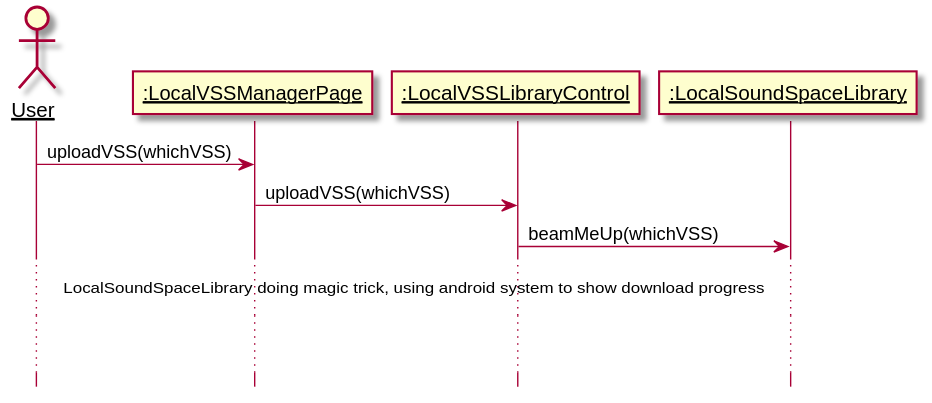
Above: 设计/Diagrams/UploadVSS.svg in kpp19920121/doc (PlantUML), before the change. Its diagram source:
```plantuml
@startuml Diagrams/UploadVSS
hide footbox
skinparam sequenceParticipant underline

actor User as user
participant ":LocalVSSManagerPage" as page
participant ":LocalVSSLibraryControl" as control
participant ":LocalSoundSpaceLibrary" as library

user -> page: uploadVSS(whichVSS)
page -> control: uploadVSS(whichVSS)
control -> library: beamMeUp(whichVSS)
...LocalSoundSpaceLibrary doing magic trick, using android system to show download progress...
...There are no other ways to show that a local sound space is finished uploading other than android system notices...
@enduml
```
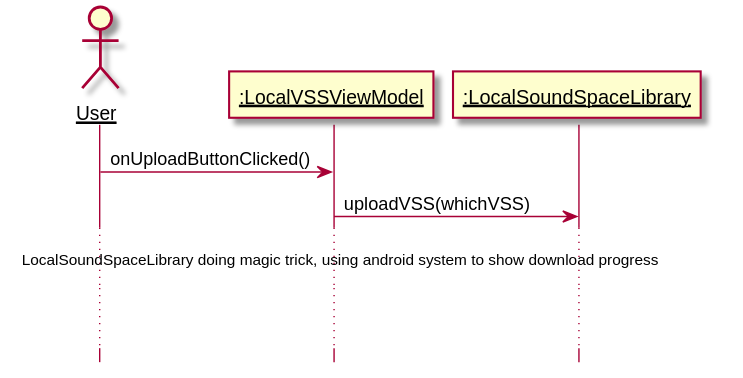
After the commit.

Diff of the diagram source:
```diff
@@ -3,13 +3,11 @@
 skinparam sequenceParticipant underline
 
 actor User as user
-participant ":LocalVSSManagerPage" as page
-participant ":LocalVSSLibraryControl" as control
+participant ":LocalVSSViewModel" as viewModel
 participant ":LocalSoundSpaceLibrary" as library
 
-user -> page: uploadVSS(whichVSS)
-page -> control: uploadVSS(whichVSS)
-control -> library: beamMeUp(whichVSS)
+user -> viewModel: onUploadButtonClicked()
+viewModel -> library: uploadVSS(whichVSS)
 ...LocalSoundSpaceLibrary doing magic trick, using android system to show download progress...
 ...There are no other ways to show that a local sound space is finished uploading other than android system notices...
 @enduml
```
